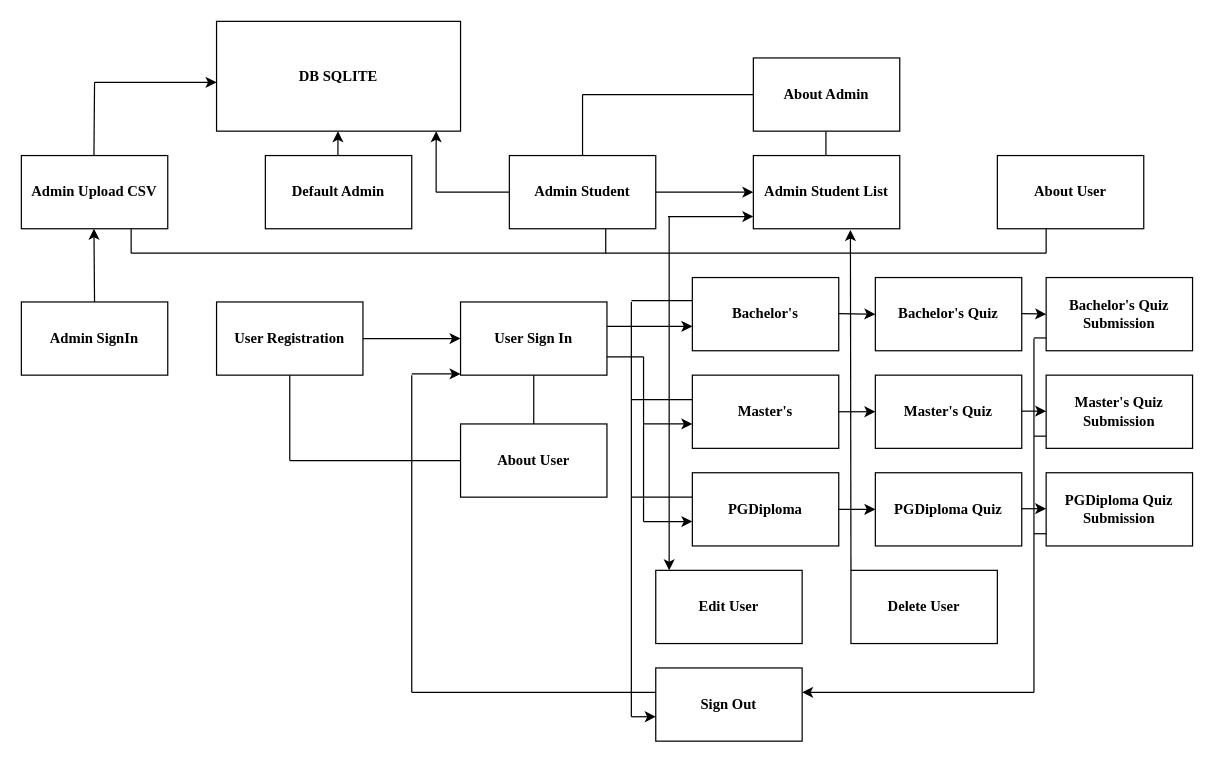
Earlier version of the draw.io diagram QuizzDynamoApp.drawio (x23203595/QuizzDynamo). Source tidied: cells renumbered, new cells numbered last; positions are measured from the earlier drawing's top-left corner, leaving out a move shared by most shapes. Both pictures are drawn from the tidied source at 122%, with x=0, y=0 at pixel (21, 21).
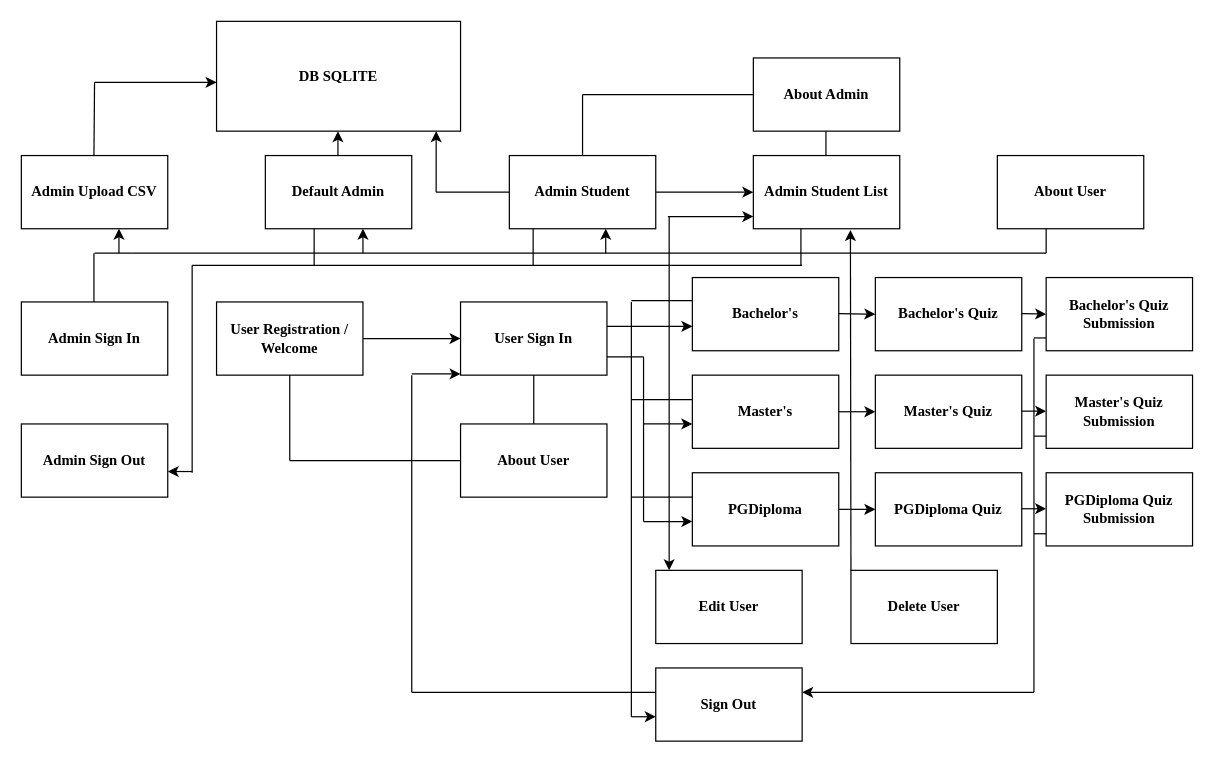
The same diagram, later.

The change refers to these unchanged cells:
```xml
<mxCell id="2" value="&lt;span&gt;&lt;font&gt;Admin Upload CSV&lt;/font&gt;&lt;/span&gt;" style="rounded=0;whiteSpace=wrap;html=1;fontStyle=1;fontFamily=Times New Roman;" parent="1" vertex="1">
  <mxGeometry y="110" width="120" height="60" as="geometry" />
</mxCell>
```

Change to the diagram source:
```diff
@@
-    <mxCell id="9" value="&lt;font&gt;&lt;span&gt;Admin SignIn&lt;/span&gt;&lt;/font&gt;" style="rounded=0;whiteSpace=wrap;html=1;fontStyle=1;fontFamily=Times New Roman;" parent="1" vertex="1">
+    <mxCell id="9" value="&lt;font&gt;&lt;span&gt;Admin Sign In&lt;/span&gt;&lt;/font&gt;" style="rounded=0;whiteSpace=wrap;html=1;fontStyle=1;fontFamily=Times New Roman;" parent="1" vertex="1">
       <mxGeometry y="230" width="120" height="60" as="geometry" />
     </mxCell>
-    <mxCell id="10" value="User Registration" style="rounded=0;whiteSpace=wrap;html=1;fontStyle=1;fontFamily=Times New Roman;" parent="1" vertex="1">
+    <mxCell id="10" value="User Registration / Welcome" style="rounded=0;whiteSpace=wrap;html=1;fontStyle=1;fontFamily=Times New Roman;" parent="1" vertex="1">
       <mxGeometry x="160" y="230" width="120" height="60" as="geometry" />
     </mxCell>
@@
-    <mxCell id="16" style="endArrow=classic;html=1;rounded=0;exitX=0.5;exitY=0;exitDx=0;exitDy=0;fontStyle=1;fontFamily=Times New Roman;" parent="1" edge="1" source="9">
-      <mxGeometry relative="1" as="geometry">
-        <mxPoint x="59.5" y="170" as="targetPoint" />
-      </mxGeometry>
-    </mxCell>
@@
-    <mxCell id="31" style="endArrow=none;html=1;rounded=0;exitX=0.75;exitY=1;exitDx=0;exitDy=0;fontStyle=1;fontFamily=Times New Roman;" parent="1" edge="1" source="2">
-      <mxGeometry relative="1" as="geometry">
-        <mxPoint x="90" y="190" as="targetPoint" />
-      </mxGeometry>
-    </mxCell>
@@
-    <mxCell id="34" style="endArrow=none;html=1;rounded=0;fontStyle=1;fontFamily=Times New Roman;" parent="1" edge="1">
-      <mxGeometry relative="1" as="geometry">
-        <mxPoint x="479" y="190" as="sourcePoint" />
-        <mxPoint x="479" y="170" as="targetPoint" />
-      </mxGeometry>
-    </mxCell>
@@
+    <mxCell id="71" style="endArrow=none;html=1;rounded=0;" parent="1" edge="1">
+      <mxGeometry relative="1" as="geometry">
+        <mxPoint x="59.5" y="230" as="sourcePoint" />
+        <mxPoint x="59.5" y="190" as="targetPoint" />
+      </mxGeometry>
+    </mxCell>
+    <mxCell id="72" style="endArrow=none;html=1;rounded=0;" parent="1" edge="1">
+      <mxGeometry relative="1" as="geometry">
+        <mxPoint x="60" y="190" as="sourcePoint" />
+        <mxPoint x="90" y="190" as="targetPoint" />
+      </mxGeometry>
+    </mxCell>
+    <mxCell id="73" style="endArrow=classic;html=1;rounded=0;" parent="1" edge="1">
+      <mxGeometry relative="1" as="geometry">
+        <mxPoint x="80" y="190" as="sourcePoint" />
+        <mxPoint x="80" y="170" as="targetPoint" />
+      </mxGeometry>
+    </mxCell>
+    <mxCell id="74" style="endArrow=classic;html=1;rounded=0;" parent="1" edge="1">
+      <mxGeometry relative="1" as="geometry">
+        <mxPoint x="280" y="190" as="sourcePoint" />
+        <mxPoint x="280" y="170" as="targetPoint" />
+      </mxGeometry>
+    </mxCell>
+    <mxCell id="75" style="endArrow=classic;html=1;rounded=0;" parent="1" edge="1">
+      <mxGeometry relative="1" as="geometry">
+        <mxPoint x="479" y="190" as="sourcePoint" />
+        <mxPoint x="479" y="170" as="targetPoint" />
+      </mxGeometry>
+    </mxCell>
+    <mxCell id="76" value="Admin Sign Out" style="rounded=0;whiteSpace=wrap;html=1;fontStyle=1;fontFamily=Times New Roman;" parent="1" vertex="1">
+      <mxGeometry y="330" width="120" height="60" as="geometry" />
+    </mxCell>
+    <mxCell id="77" style="endArrow=none;html=1;rounded=0;" parent="1" edge="1">
+      <mxGeometry relative="1" as="geometry">
+        <mxPoint x="639" y="200" as="sourcePoint" />
+        <mxPoint x="639" y="170" as="targetPoint" />
+      </mxGeometry>
+    </mxCell>
+    <mxCell id="78" style="endArrow=none;html=1;rounded=0;" parent="1" edge="1">
+      <mxGeometry relative="1" as="geometry">
+        <mxPoint x="140" y="200" as="sourcePoint" />
+        <mxPoint x="640" y="200" as="targetPoint" />
+      </mxGeometry>
+    </mxCell>
+    <mxCell id="79" style="endArrow=none;html=1;rounded=0;" parent="1" edge="1">
+      <mxGeometry relative="1" as="geometry">
+        <mxPoint x="419.5" y="200" as="sourcePoint" />
+        <mxPoint x="419.5" y="170" as="targetPoint" />
+      </mxGeometry>
+    </mxCell>
+    <mxCell id="80" style="endArrow=none;html=1;rounded=0;" parent="1" edge="1">
+      <mxGeometry relative="1" as="geometry">
+        <mxPoint x="240" y="200" as="sourcePoint" />
+        <mxPoint x="240" y="170" as="targetPoint" />
+      </mxGeometry>
+    </mxCell>
+    <mxCell id="81" style="endArrow=none;html=1;rounded=0;" parent="1" edge="1">
+      <mxGeometry relative="1" as="geometry">
+        <mxPoint x="140" y="370" as="sourcePoint" />
+        <mxPoint x="140" y="200" as="targetPoint" />
+      </mxGeometry>
+    </mxCell>
+    <mxCell id="82" style="endArrow=classic;html=1;rounded=0;" parent="1" edge="1">
+      <mxGeometry relative="1" as="geometry">
+        <mxPoint x="140" y="369" as="sourcePoint" />
+        <mxPoint x="120" y="369" as="targetPoint" />
+      </mxGeometry>
+    </mxCell>
```
